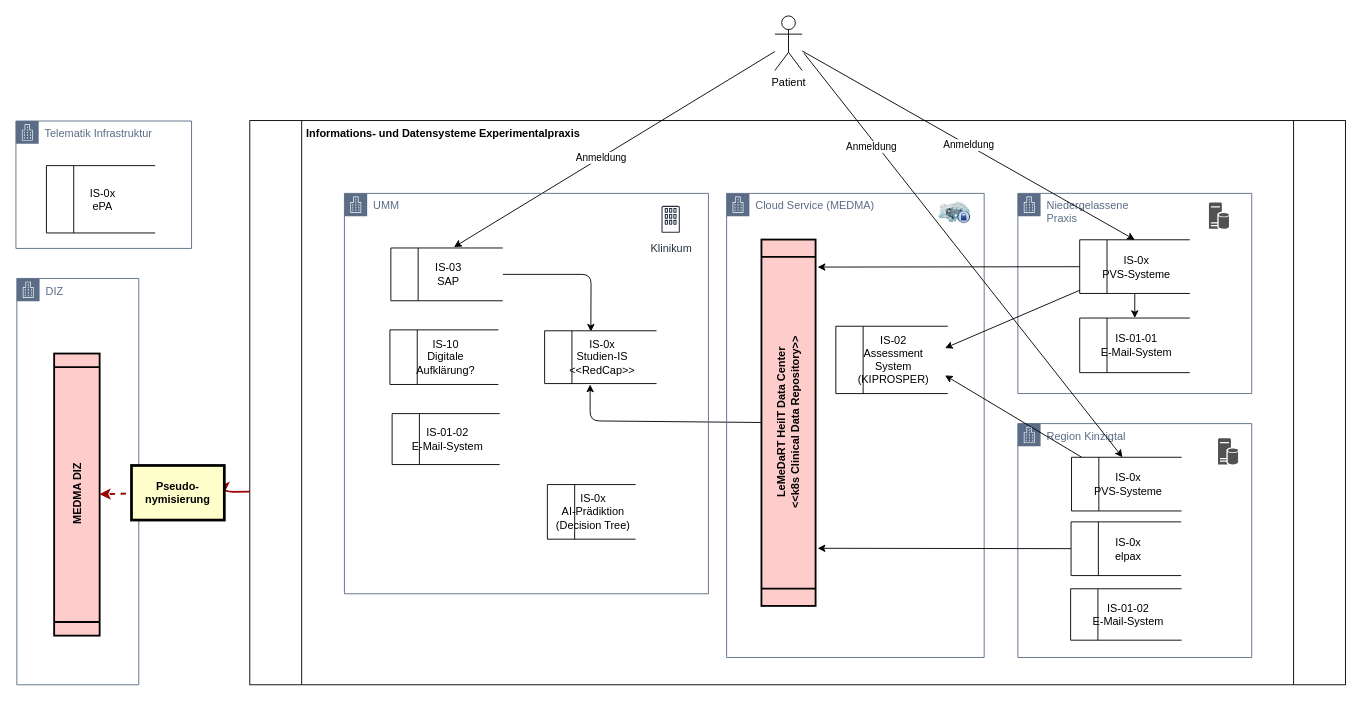
Before: page "ETL-UC2-Prevention_DatenManagement" (3 of 5) of assets/images/ETL-Use-Cases-LeMeDaRT.drawio in HIL-Open-Innovation-Lab/ETL-UseCases-LeMeDaRT, a draw.io diagram. Source tidied: cells renumbered, new cells numbered last; positions are measured from the earlier drawing's top-left corner, leaving out a move shared by most shapes. Both pictures are drawn from the tidied source at 91%, with x=0, y=0 at pixel (-65, 15).
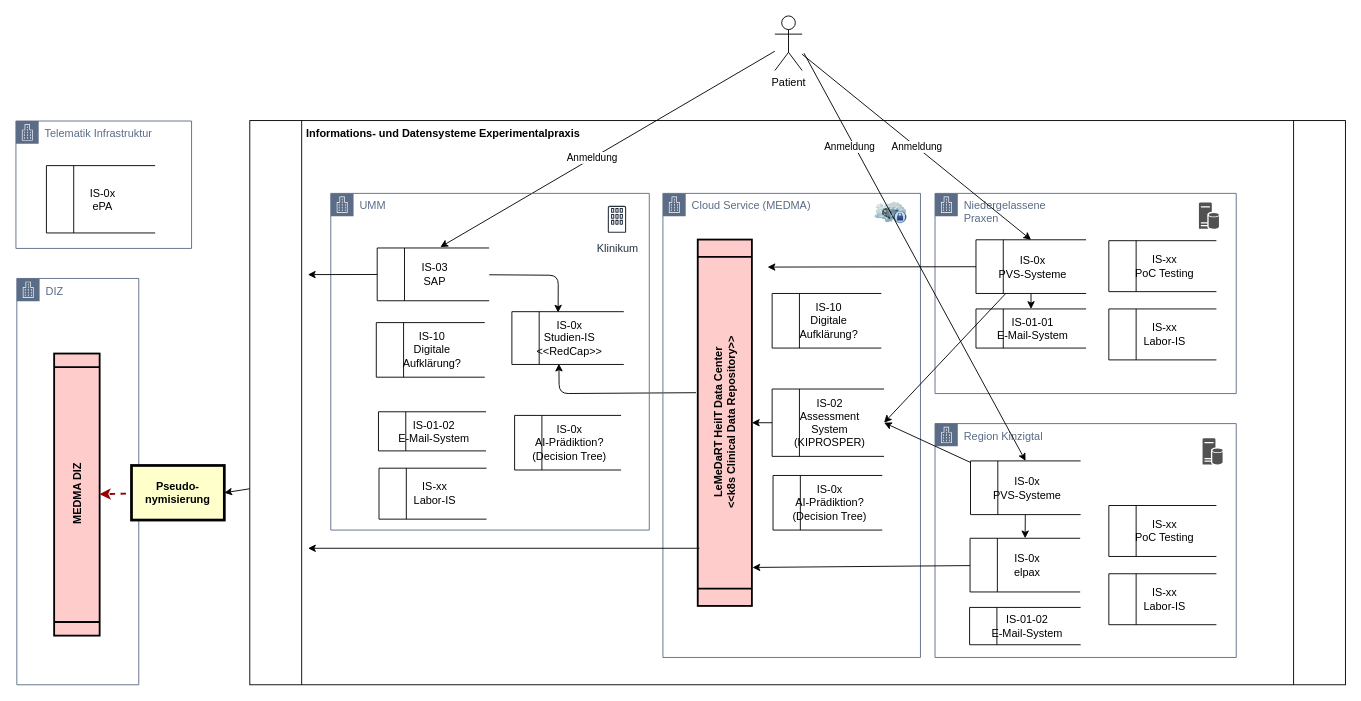
After the change.

The change refers to these unchanged cells:
```xml
<mxCell id="2" value=" Informations- und Datensysteme Experimentalpraxis" style="shape=process;whiteSpace=wrap;align=left;verticalAlign=top;size=0.0475;fontStyle=1;strokeWidth=1;fillColor=none;rotation=0;" parent="1" vertex="1">
  <mxGeometry x="345" y="115" width="1204" height="620" as="geometry" />
</mxCell>
<mxCell id="21" value="Pseudo-&#10;nymisierung" style="whiteSpace=wrap;align=center;verticalAlign=middle;fontStyle=1;strokeWidth=3;fillColor=#FFFFCC;" parent="19" vertex="1">
  <mxGeometry x="126" y="205.5" width="102" height="60" as="geometry" />
</mxCell>
<mxCell id="30" value="&lt;div&gt;IS-03 &lt;br&gt;&lt;/div&gt;&lt;div&gt;SAP&lt;/div&gt;" style="html=1;dashed=0;whitespace=wrap;shape=mxgraph.dfd.dataStoreID;align=center;spacingLeft=3;points=[[0,0],[0.5,0],[1,0],[0,0.5],[1,0.5],[0,1],[0.5,1],[1,1]];" parent="27" vertex="1">
  <mxGeometry x="51" y="60" width="123" height="58" as="geometry" />
</mxCell>
```

The edit, as a diff of the source:
```diff
@@
+    <mxCell id="42" style="edgeStyle=none;html=1;entryX=1;entryY=0.5;entryDx=0;entryDy=0;" parent="1" edge="1" source="2" target="21">
+      <mxGeometry relative="1" as="geometry" />
+    </mxCell>
@@
-    <mxCell id="3" style="edgeStyle=none;html=1;" parent="1" edge="1" source="4">
+    <mxCell id="3" style="edgeStyle=none;html=1;entryX=0.42;entryY=0.986;entryDx=0;entryDy=0;entryPerimeter=0;exitX=0.582;exitY=-0.031;exitDx=0;exitDy=0;exitPerimeter=0;" parent="1" edge="1" source="4" target="34">
       <mxGeometry relative="1" as="geometry">
-        <mxPoint x="719" y="405" as="targetPoint" />
         <Array as="points">
-          <mxPoint x="719" y="445" />
+          <mxPoint x="685" y="415" />
         </Array>
       </mxGeometry>
     </mxCell>
     <mxCell id="4" value="LeMeDaRT HeiIT Data Center&#10;&lt;&lt;k8s Clinical Data Repository&gt;&gt;" style="shape=process;whiteSpace=wrap;align=center;verticalAlign=middle;size=0.0475;fontStyle=1;strokeWidth=2;fillColor=#FFCCCC;rotation=-90;" parent="1" vertex="1">
-      <mxGeometry x="735.7" y="417.3" width="402.6" height="59.5" as="geometry" />
+      <mxGeometry x="665.7" y="417.3" width="402.6" height="59.5" as="geometry" />
     </mxCell>
-    <mxCell id="5" style="edgeStyle=elbowEdgeStyle;elbow=vertical;strokeColor=#990000;strokeWidth=2;entryX=1;entryY=0.5;entryDx=0;entryDy=0;" parent="1" edge="1" target="21">
-      <mxGeometry relative="1" as="geometry">
-        <mxPoint x="345" y="522.8" as="sourcePoint" />
-      </mxGeometry>
-    </mxCell>
@@
+    <mxCell id="43" style="edgeStyle=none;html=1;" parent="1" edge="1" source="8" target="4">
+      <mxGeometry relative="1" as="geometry" />
+    </mxCell>
     <mxCell id="8" value="&lt;div&gt;IS-02&lt;/div&gt;&lt;div&gt;Assessment &lt;br&gt;&lt;/div&gt;&lt;div&gt;System &lt;br&gt;(KIPROSPER)&lt;br&gt;&lt;/div&gt;" style="html=1;dashed=0;whitespace=wrap;shape=mxgraph.dfd.dataStoreID;align=center;spacingLeft=3;points=[[0,0],[0.5,0],[1,0],[0,0.5],[1,0.5],[0,1],[0.5,1],[1,1]];" parent="1" vertex="1">
-      <mxGeometry x="989" y="341" width="123" height="74" as="geometry" />
+      <mxGeometry x="919" y="410" width="123" height="74" as="geometry" />
     </mxCell>
     <mxCell id="9" value="&lt;div align=&quot;center&quot;&gt;IS-01-02 &lt;br&gt;&lt;/div&gt;&lt;div align=&quot;center&quot;&gt;E-Mail-System&lt;br&gt;&lt;/div&gt;" style="html=1;dashed=0;whitespace=wrap;shape=mxgraph.dfd.dataStoreID;align=center;spacingLeft=3;" parent="1" vertex="1">
-      <mxGeometry x="1247" y="629.5" width="122" height="56.5" as="geometry" />
+      <mxGeometry x="1136" y="650" width="122" height="41" as="geometry" />
     </mxCell>
     <mxCell id="10" value="Region Kinzigtal&amp;nbsp;" style="gradientColor=none;html=1;whiteSpace=wrap;fontSize=12;fontStyle=0;shape=mxgraph.aws4.group;grIcon=mxgraph.aws4.group_corporate_data_center;strokeColor=#5A6C86;fillColor=none;verticalAlign=top;align=left;spacingLeft=30;fontColor=#5A6C86;dashed=0;" parent="1" vertex="1">
-      <mxGeometry x="1189" y="448" width="257" height="257" as="geometry" />
+      <mxGeometry x="1098" y="448" width="331" height="257" as="geometry" />
     </mxCell>
     <mxCell id="11" style="sketch=0;shadow=0;dashed=0;html=1;strokeColor=none;labelPosition=center;verticalLabelPosition=bottom;verticalAlign=top;align=center;fillColor=#515151;shape=mxgraph.mscae.enterprise.database_server;rounded=0;fontSize=20;" parent="10" vertex="1">
-      <mxGeometry x="220" y="16" width="22" height="29" as="geometry" />
+      <mxGeometry x="294" y="16" width="22" height="29" as="geometry" />
     </mxCell>
     <mxCell id="12" value="Cloud Service (MEDMA)" style="gradientColor=none;html=1;whiteSpace=wrap;fontSize=12;fontStyle=0;shape=mxgraph.aws4.group;grIcon=mxgraph.aws4.group_corporate_data_center;strokeColor=#5A6C86;fillColor=none;verticalAlign=top;align=left;spacingLeft=30;fontColor=#5A6C86;dashed=0;" parent="1" vertex="1">
-      <mxGeometry x="869" y="195" width="283" height="510" as="geometry" />
+      <mxGeometry x="799" y="195" width="283" height="510" as="geometry" />
     </mxCell>
@@
-    <mxCell id="14" value="Niedergelassene &lt;br&gt;Praxis" style="gradientColor=none;html=1;whiteSpace=wrap;fontSize=12;fontStyle=0;shape=mxgraph.aws4.group;grIcon=mxgraph.aws4.group_corporate_data_center;strokeColor=#5A6C86;fillColor=none;verticalAlign=top;align=left;spacingLeft=30;fontColor=#5A6C86;dashed=0;" parent="1" vertex="1">
-      <mxGeometry x="1189" y="195" width="257" height="220" as="geometry" />
+    <mxCell id="14" value="Niedergelassene &lt;br&gt;Praxen" style="gradientColor=none;html=1;whiteSpace=wrap;fontSize=12;fontStyle=0;shape=mxgraph.aws4.group;grIcon=mxgraph.aws4.group_corporate_data_center;strokeColor=#5A6C86;fillColor=none;verticalAlign=top;align=left;spacingLeft=30;fontColor=#5A6C86;dashed=0;" parent="1" vertex="1">
+      <mxGeometry x="1098" y="195" width="331" height="220" as="geometry" />
     </mxCell>
@@
     <mxCell id="16" value="&lt;div&gt;IS-0x&lt;/div&gt;&lt;div&gt;PVS-Systeme&lt;br&gt;&lt;/div&gt;" style="html=1;dashed=0;whitespace=wrap;shape=mxgraph.dfd.dataStoreID;align=center;spacingLeft=3;points=[[0,0],[0.5,0],[1,0],[0,0.5],[1,0.5],[0,1],[0.5,1],[1,1]];verticalAlign=middle;" parent="14" vertex="1">
-      <mxGeometry x="68" y="51" width="121" height="59" as="geometry" />
+      <mxGeometry x="45" y="51" width="121" height="59" as="geometry" />
     </mxCell>
     <mxCell id="17" value="&lt;div align=&quot;center&quot;&gt;IS-01-01&lt;br&gt;&lt;/div&gt;&lt;div align=&quot;center&quot;&gt;E-Mail-System&lt;br&gt;&lt;/div&gt;" style="html=1;dashed=0;whitespace=wrap;shape=mxgraph.dfd.dataStoreID;align=center;spacingLeft=3;points=[[0,0],[0.5,0],[1,0],[0,0.5],[1,0.5],[0,1],[0.5,1],[1,1]];" parent="14" vertex="1">
-      <mxGeometry x="68" y="137" width="121" height="60" as="geometry" />
+      <mxGeometry x="45" y="127" width="121" height="43" as="geometry" />
     </mxCell>
     <mxCell id="18" style="sketch=0;shadow=0;dashed=0;html=1;strokeColor=none;labelPosition=center;verticalLabelPosition=bottom;verticalAlign=top;align=center;fillColor=#515151;shape=mxgraph.mscae.enterprise.database_server;rounded=0;fontSize=20;" parent="14" vertex="1">
-      <mxGeometry x="210" y="10" width="22" height="29" as="geometry" />
+      <mxGeometry x="290" y="10" width="22" height="29" as="geometry" />
     </mxCell>
@@
     <mxCell id="27" value="UMM " style="gradientColor=none;html=1;whiteSpace=wrap;fontSize=12;fontStyle=0;shape=mxgraph.aws4.group;grIcon=mxgraph.aws4.group_corporate_data_center;strokeColor=#5A6C86;fillColor=none;verticalAlign=top;align=left;spacingLeft=30;fontColor=#5A6C86;dashed=0;" parent="1" vertex="1">
-      <mxGeometry x="449" y="195" width="400" height="440" as="geometry" />
+      <mxGeometry x="434" y="195" width="350" height="370" as="geometry" />
     </mxCell>
     <mxCell id="28" value="Klinikum" style="sketch=0;fontColor=#232F3E;gradientColor=none;strokeColor=#232F3E;fillColor=#ffffff;dashed=0;verticalLabelPosition=bottom;verticalAlign=top;align=center;html=1;fontSize=12;fontStyle=0;shape=mxgraph.aws4.resourceIcon;resIcon=mxgraph.aws4.corporate_data_center;" parent="27" vertex="1">
-      <mxGeometry x="340" y="10" width="37" height="37" as="geometry" />
+      <mxGeometry x="296" y="10" width="37" height="37" as="geometry" />
     </mxCell>
     <mxCell id="29" style="edgeStyle=none;html=1;entryX=0.413;entryY=0.017;entryDx=0;entryDy=0;entryPerimeter=0;" parent="27" edge="1" source="30" target="34">
       <mxGeometry relative="1" as="geometry">
         <Array as="points">
-          <mxPoint x="271" y="89" />
+          <mxPoint x="250" y="90" />
         </Array>
       </mxGeometry>
     </mxCell>
@@
     <mxCell id="31" value="&lt;div&gt;IS-10&lt;/div&gt;&lt;div&gt;Digitale &lt;br&gt;Aufklärung?&lt;/div&gt;" style="html=1;dashed=0;whitespace=wrap;shape=mxgraph.dfd.dataStoreID;align=center;spacingLeft=3;" parent="27" vertex="1">
-      <mxGeometry x="50" y="150" width="119.2" height="60" as="geometry" />
+      <mxGeometry x="50" y="142" width="119.2" height="60" as="geometry" />
     </mxCell>
     <mxCell id="32" value="&lt;div align=&quot;center&quot;&gt;IS-01-02 &lt;br&gt;&lt;/div&gt;&lt;div align=&quot;center&quot;&gt;E-Mail-System&lt;br&gt;&lt;/div&gt;" style="html=1;dashed=0;whitespace=wrap;shape=mxgraph.dfd.dataStoreID;align=center;spacingLeft=3;" parent="27" vertex="1">
-      <mxGeometry x="52.4" y="242" width="118.2" height="56" as="geometry" />
+      <mxGeometry x="52.4" y="240" width="118.2" height="43" as="geometry" />
     </mxCell>
-    <mxCell id="33" value="&lt;div&gt;IS-0x&lt;/div&gt;&lt;div&gt;AI-Prädiktion&lt;br&gt;&lt;/div&gt;&lt;div&gt;(Decision Tree)&lt;/div&gt;" style="html=1;dashed=0;whitespace=wrap;shape=mxgraph.dfd.dataStoreID;align=center;spacingLeft=3;verticalAlign=middle;" parent="27" vertex="1">
-      <mxGeometry x="223" y="320" width="97" height="60" as="geometry" />
+    <mxCell id="33" value="&lt;div&gt;IS-0x&lt;/div&gt;&lt;div&gt;AI-Prädiktion?&lt;br&gt;&lt;/div&gt;&lt;div&gt;(Decision Tree)&lt;/div&gt;" style="html=1;dashed=0;whitespace=wrap;shape=mxgraph.dfd.dataStoreID;align=center;spacingLeft=3;verticalAlign=middle;" parent="27" vertex="1">
+      <mxGeometry x="202" y="244" width="117" height="60" as="geometry" />
     </mxCell>
     <mxCell id="34" value="&lt;div&gt;IS-0x&lt;br&gt;&lt;/div&gt;&lt;div&gt;Studien-IS&lt;/div&gt;&lt;div&gt;&amp;lt;&amp;lt;RedCap&amp;gt;&amp;gt;&lt;/div&gt;" style="html=1;dashed=0;whitespace=wrap;shape=mxgraph.dfd.dataStoreID;align=center;spacingLeft=3;points=[[0,0],[0.5,0],[1,0],[0,0.5],[1,0.5],[0,1],[0.5,1],[1,1]];" parent="27" vertex="1">
-      <mxGeometry x="220" y="151" width="123" height="58" as="geometry" />
+      <mxGeometry x="199" y="130" width="123" height="58" as="geometry" />
     </mxCell>
-    <mxCell id="35" style="edgeStyle=none;html=1;" parent="1" edge="1" source="36">
-      <mxGeometry relative="1" as="geometry">
-        <mxPoint x="1109" y="395" as="targetPoint" />
-      </mxGeometry>
+    <mxCell id="35" style="edgeStyle=none;html=1;entryX=1;entryY=0.5;entryDx=0;entryDy=0;" parent="1" edge="1" source="36" target="8">
+      <mxGeometry relative="1" as="geometry" />
     </mxCell>
+    <mxCell id="44" style="edgeStyle=none;html=1;entryX=0.5;entryY=0;entryDx=0;entryDy=0;" parent="1" edge="1" source="36" target="38">
+      <mxGeometry relative="1" as="geometry" />
+    </mxCell>
     <mxCell id="36" value="&lt;div&gt;IS-0x&lt;/div&gt;&lt;div&gt;PVS-Systeme&lt;br&gt;&lt;/div&gt;" style="html=1;dashed=0;whitespace=wrap;shape=mxgraph.dfd.dataStoreID;align=center;spacingLeft=3;points=[[0,0],[0.5,0],[1,0],[0,0.5],[1,0.5],[0,1],[0.5,1],[1,1]];verticalAlign=middle;" parent="1" vertex="1">
-      <mxGeometry x="1248" y="485" width="121" height="59" as="geometry" />
+      <mxGeometry x="1137" y="489" width="121" height="59" as="geometry" />
     </mxCell>
-    <mxCell id="37" style="edgeStyle=none;html=1;" parent="1" edge="1" source="38">
-      <mxGeometry relative="1" as="geometry">
-        <mxPoint x="969" y="585" as="targetPoint" />
-      </mxGeometry>
+    <mxCell id="37" style="edgeStyle=none;html=1;entryX=0.105;entryY=1.011;entryDx=0;entryDy=0;entryPerimeter=0;" parent="1" edge="1" source="38" target="4">
+      <mxGeometry relative="1" as="geometry" />
     </mxCell>
     <mxCell id="38" value="&lt;div&gt;IS-0x&lt;/div&gt;&lt;div&gt;elpax&lt;/div&gt;" style="html=1;dashed=0;whitespace=wrap;shape=mxgraph.dfd.dataStoreID;align=center;spacingLeft=3;points=[[0,0],[0.5,0],[1,0],[0,0.5],[1,0.5],[0,1],[0.5,1],[1,1]];verticalAlign=middle;" parent="1" vertex="1">
-      <mxGeometry x="1247.5" y="556" width="121" height="59" as="geometry" />
+      <mxGeometry x="1136.5" y="574" width="121" height="59" as="geometry" />
     </mxCell>
-    <mxCell id="39" value="Anmeldung" style="edgeStyle=none;html=1;" parent="1" edge="1">
+    <mxCell id="39" value="Anmeldung" style="edgeStyle=none;html=1;entryX=0.5;entryY=0;entryDx=0;entryDy=0;" parent="1" edge="1" target="36">
       <mxGeometry x="-0.55" y="-5" relative="1" as="geometry">
         <mxPoint x="954" y="41" as="sourcePoint" />
-        <mxPoint x="1304" y="485" as="targetPoint" />
         <mxPoint x="-1" as="offset" />
       </mxGeometry>
     </mxCell>
-    <mxCell id="40" style="edgeStyle=none;html=1;" parent="1" edge="1" source="16">
-      <mxGeometry relative="1" as="geometry">
-        <mxPoint x="1109" y="365" as="targetPoint" />
-      </mxGeometry>
+    <mxCell id="40" style="edgeStyle=none;html=1;entryX=1;entryY=0.5;entryDx=0;entryDy=0;" parent="1" edge="1" source="16" target="8">
+      <mxGeometry relative="1" as="geometry" />
     </mxCell>
     <mxCell id="41" style="edgeStyle=none;html=1;" parent="1" edge="1" source="16">
       <mxGeometry relative="1" as="geometry">
-        <mxPoint x="969" y="276" as="targetPoint" />
+        <mxPoint x="914" y="276" as="targetPoint" />
       </mxGeometry>
     </mxCell>
+    <mxCell id="45" value="&lt;div&gt;IS-10&lt;/div&gt;&lt;div&gt;Digitale &lt;br&gt;Aufklärung?&lt;/div&gt;" style="html=1;dashed=0;whitespace=wrap;shape=mxgraph.dfd.dataStoreID;align=center;spacingLeft=3;" parent="1" vertex="1">
+      <mxGeometry x="919" y="305" width="120" height="60" as="geometry" />
+    </mxCell>
+    <mxCell id="46" style="edgeStyle=none;html=1;" parent="1" edge="1">
+      <mxGeometry relative="1" as="geometry">
+        <mxPoint x="839" y="585" as="sourcePoint" />
+        <mxPoint x="409" y="585" as="targetPoint" />
+      </mxGeometry>
+    </mxCell>
+    <mxCell id="47" style="edgeStyle=none;html=1;entryX=0.053;entryY=0.273;entryDx=0;entryDy=0;entryPerimeter=0;" parent="1" edge="1" source="30" target="2">
+      <mxGeometry relative="1" as="geometry" />
+    </mxCell>
+    <mxCell id="48" value="&lt;div align=&quot;center&quot;&gt;IS-xx&lt;br&gt;&lt;/div&gt;&lt;div align=&quot;center&quot;&gt;Labor-IS&lt;br&gt;&lt;/div&gt;" style="html=1;dashed=0;whitespace=wrap;shape=mxgraph.dfd.dataStoreID;align=center;spacingLeft=3;" parent="1" vertex="1">
+      <mxGeometry x="487" y="497" width="118.2" height="56" as="geometry" />
+    </mxCell>
+    <mxCell id="49" value="&lt;div align=&quot;center&quot;&gt;IS-xx&lt;br&gt;&lt;/div&gt;&lt;div align=&quot;center&quot;&gt;PoC Testing&lt;br&gt;&lt;/div&gt;" style="html=1;dashed=0;whitespace=wrap;shape=mxgraph.dfd.dataStoreID;align=center;spacingLeft=3;" parent="1" vertex="1">
+      <mxGeometry x="1289" y="247" width="118.2" height="56" as="geometry" />
+    </mxCell>
+    <mxCell id="50" value="&lt;div&gt;IS-0x&lt;/div&gt;&lt;div&gt;AI-Prädiktion?&lt;br&gt;&lt;/div&gt;&lt;div&gt;(Decision Tree)&lt;/div&gt;" style="html=1;dashed=0;whitespace=wrap;shape=mxgraph.dfd.dataStoreID;align=center;spacingLeft=3;verticalAlign=middle;" parent="1" vertex="1">
+      <mxGeometry x="920" y="505" width="120" height="60" as="geometry" />
+    </mxCell>
+    <mxCell id="51" value="&lt;div align=&quot;center&quot;&gt;IS-xx&lt;br&gt;&lt;/div&gt;&lt;div align=&quot;center&quot;&gt;Labor-IS&lt;br&gt;&lt;/div&gt;" style="html=1;dashed=0;whitespace=wrap;shape=mxgraph.dfd.dataStoreID;align=center;spacingLeft=3;" parent="1" vertex="1">
+      <mxGeometry x="1289" y="322" width="118.2" height="56" as="geometry" />
+    </mxCell>
+    <mxCell id="52" value="&lt;div align=&quot;center&quot;&gt;IS-xx&lt;br&gt;&lt;/div&gt;&lt;div align=&quot;center&quot;&gt;PoC Testing&lt;br&gt;&lt;/div&gt;" style="html=1;dashed=0;whitespace=wrap;shape=mxgraph.dfd.dataStoreID;align=center;spacingLeft=3;" parent="1" vertex="1">
+      <mxGeometry x="1289" y="538" width="118.2" height="56" as="geometry" />
+    </mxCell>
+    <mxCell id="53" value="&lt;div align=&quot;center&quot;&gt;IS-xx&lt;br&gt;&lt;/div&gt;&lt;div align=&quot;center&quot;&gt;Labor-IS&lt;br&gt;&lt;/div&gt;" style="html=1;dashed=0;whitespace=wrap;shape=mxgraph.dfd.dataStoreID;align=center;spacingLeft=3;" parent="1" vertex="1">
+      <mxGeometry x="1289" y="613" width="118.2" height="56" as="geometry" />
+    </mxCell>
```
